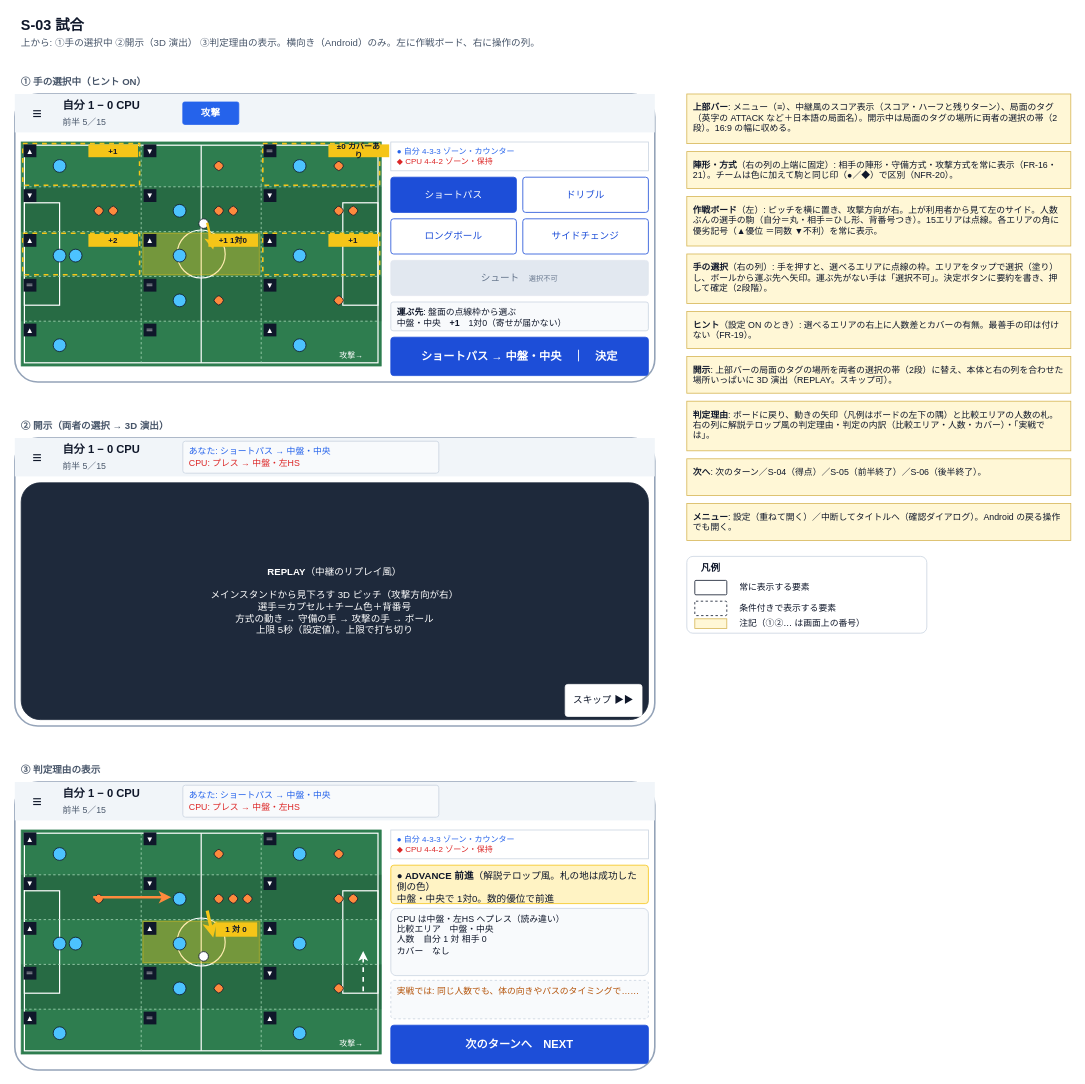
n-yata/soccer-sim keeps this draw.io diagram as page "wireframe-s03-match" (3 of 12) of docs/specs/2_basic-design/wireframes.drawio. Above is the earlier version. Source tidied: cells renumbered, new cells numbered last; positions are measured from the earlier drawing's top-left corner, leaving out a move shared by most shapes. Both pictures are drawn from the tidied source at 80%, with x=0, y=0 at pixel (14, 14).
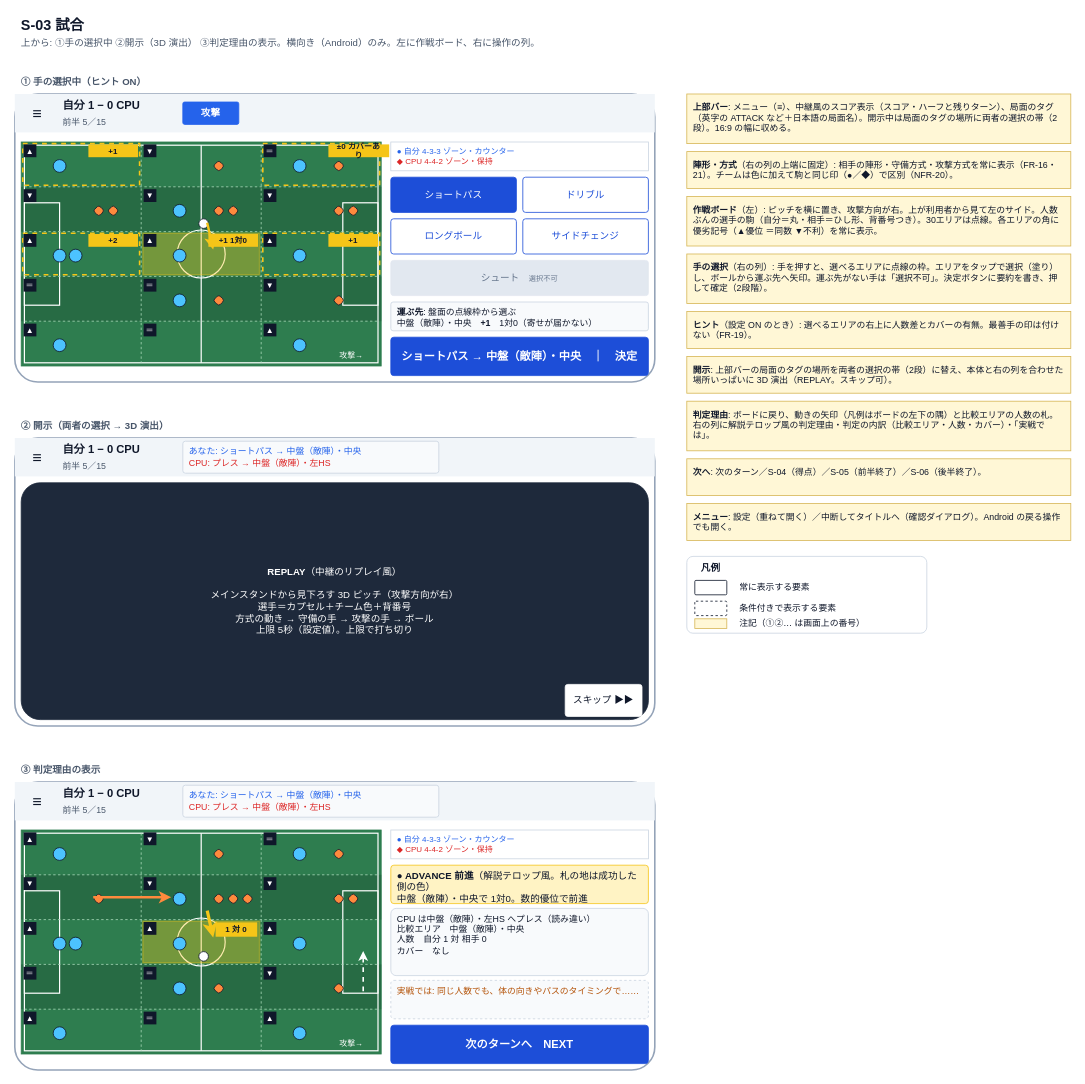
Above is the later version.

Change to the diagram source:
```diff
@@
-    <mxCell id="79" value="&lt;b&gt;運ぶ先&lt;/b&gt;: 盤面の点線枠から選ぶ&lt;br&gt;中盤・中央　&lt;b&gt;+1&lt;/b&gt;　1対0（寄せが届かない）" style="rounded=1;arcSize=8;whiteSpace=wrap;html=1;fillColor=#F8FAFC;strokeColor=#CBD5E1;fontSize=11;fontColor=#0F172A;align=left;verticalAlign=top;spacingLeft=6;spacingRight=6;" parent="1" vertex="1">
+    <mxCell id="79" value="&lt;b&gt;運ぶ先&lt;/b&gt;: 盤面の点線枠から選ぶ&lt;br&gt;中盤（敵陣）・中央　&lt;b&gt;+1&lt;/b&gt;　1対0（寄せが届かない）" style="rounded=1;arcSize=8;whiteSpace=wrap;html=1;fillColor=#F8FAFC;strokeColor=#CBD5E1;fontSize=11;fontColor=#0F172A;align=left;verticalAlign=top;spacingLeft=6;spacingRight=6;" parent="1" vertex="1">
       <mxGeometry x="470" y="360" width="322" height="36" as="geometry" />
     </mxCell>
-    <mxCell id="80" value="ショートパス → 中盤・中央　｜　決定" style="rounded=1;arcSize=8;whiteSpace=wrap;html=1;fillColor=#1D4ED8;strokeColor=#1D4ED8;fontSize=14;fontColor=#FFFFFF;align=center;verticalAlign=middle;spacingLeft=6;spacingRight=6;fontStyle=1;" parent="1" vertex="1">
+    <mxCell id="80" value="ショートパス → 中盤（敵陣）・中央　｜　決定" style="rounded=1;arcSize=8;whiteSpace=wrap;html=1;fillColor=#1D4ED8;strokeColor=#1D4ED8;fontSize=14;fontColor=#FFFFFF;align=center;verticalAlign=middle;spacingLeft=6;spacingRight=6;fontStyle=1;" parent="1" vertex="1">
       <mxGeometry x="470" y="404" width="322" height="48" as="geometry" />
     </mxCell>
@@
-    <mxCell id="87" value="&lt;span style='color:#2563EB'&gt;あなた: ショートパス → 中盤・中央&lt;/span&gt;&lt;br&gt;&lt;span style='color:#DC2626'&gt;CPU: プレス → 中盤・左HS&lt;/span&gt;" style="rounded=1;arcSize=8;whiteSpace=wrap;html=1;fillColor=#F8FAFC;strokeColor=#CBD5E1;fontSize=11;fontColor=#0F172A;align=left;verticalAlign=middle;spacingLeft=6;spacingRight=6;" parent="1" vertex="1">
+    <mxCell id="87" value="&lt;span style='color:#2563EB'&gt;あなた: ショートパス → 中盤（敵陣）・中央&lt;/span&gt;&lt;br&gt;&lt;span style='color:#DC2626'&gt;CPU: プレス → 中盤（敵陣）・左HS&lt;/span&gt;" style="rounded=1;arcSize=8;whiteSpace=wrap;html=1;fillColor=#F8FAFC;strokeColor=#CBD5E1;fontSize=11;fontColor=#0F172A;align=left;verticalAlign=middle;spacingLeft=6;spacingRight=6;" parent="1" vertex="1">
       <mxGeometry x="210" y="534" width="320" height="40" as="geometry" />
     </mxCell>
@@
-    <mxCell id="96" value="&lt;span style='color:#2563EB'&gt;あなた: ショートパス → 中盤・中央&lt;/span&gt;&lt;br&gt;&lt;span style='color:#DC2626'&gt;CPU: プレス → 中盤・左HS&lt;/span&gt;" style="rounded=1;arcSize=8;whiteSpace=wrap;html=1;fillColor=#F8FAFC;strokeColor=#CBD5E1;fontSize=11;fontColor=#0F172A;align=left;verticalAlign=middle;spacingLeft=6;spacingRight=6;" parent="1" vertex="1">
+    <mxCell id="96" value="&lt;span style='color:#2563EB'&gt;あなた: ショートパス → 中盤（敵陣）・中央&lt;/span&gt;&lt;br&gt;&lt;span style='color:#DC2626'&gt;CPU: プレス → 中盤（敵陣）・左HS&lt;/span&gt;" style="rounded=1;arcSize=8;whiteSpace=wrap;html=1;fillColor=#F8FAFC;strokeColor=#CBD5E1;fontSize=11;fontColor=#0F172A;align=left;verticalAlign=middle;spacingLeft=6;spacingRight=6;" parent="1" vertex="1">
       <mxGeometry x="210" y="964" width="320" height="40" as="geometry" />
     </mxCell>
@@
-    <mxCell id="154" value="&lt;b&gt;● ADVANCE 前進&lt;/b&gt;（解説テロップ風。札の地は成功した側の色）&lt;br&gt;中盤・中央で 1対0。数的優位で前進" style="rounded=1;arcSize=8;whiteSpace=wrap;html=1;fillColor=#FFF3C4;strokeColor=#F5C518;fontSize=12;fontColor=#0F172A;align=left;verticalAlign=top;spacingLeft=6;spacingRight=6;" parent="1" vertex="1">
+    <mxCell id="154" value="&lt;b&gt;● ADVANCE 前進&lt;/b&gt;（解説テロップ風。札の地は成功した側の色）&lt;br&gt;中盤（敵陣）・中央で 1対0。数的優位で前進" style="rounded=1;arcSize=8;whiteSpace=wrap;html=1;fillColor=#FFF3C4;strokeColor=#F5C518;fontSize=12;fontColor=#0F172A;align=left;verticalAlign=top;spacingLeft=6;spacingRight=6;" parent="1" vertex="1">
       <mxGeometry x="470" y="1064" width="322" height="48" as="geometry" />
     </mxCell>
-    <mxCell id="155" value="CPU は中盤・左HS へプレス（読み違い）&lt;br&gt;比較エリア　中盤・中央&lt;br&gt;人数　自分 1 対 相手 0&lt;br&gt;カバー　なし" style="rounded=1;arcSize=8;whiteSpace=wrap;html=1;fillColor=#F8FAFC;strokeColor=#CBD5E1;fontSize=11;fontColor=#0F172A;align=left;verticalAlign=top;spacingLeft=6;spacingRight=6;" parent="1" vertex="1">
+    <mxCell id="155" value="CPU は中盤（敵陣）・左HS へプレス（読み違い）&lt;br&gt;比較エリア　中盤（敵陣）・中央&lt;br&gt;人数　自分 1 対 相手 0&lt;br&gt;カバー　なし" style="rounded=1;arcSize=8;whiteSpace=wrap;html=1;fillColor=#F8FAFC;strokeColor=#CBD5E1;fontSize=11;fontColor=#0F172A;align=left;verticalAlign=top;spacingLeft=6;spacingRight=6;" parent="1" vertex="1">
       <mxGeometry x="470" y="1118" width="322" height="84" as="geometry" />
     </mxCell>
@@
-    <mxCell id="160" value="&lt;b&gt;作戦ボード&lt;/b&gt;（左）: ピッチを横に置き、攻撃方向が右。上が利用者から見て左のサイド。人数ぶんの選手の駒（自分＝丸・相手＝ひし形、背番号つき）。15エリアは点線。各エリアの角に優劣記号（▲優位 ＝同数 ▼不利）を常に表示。" style="rounded=0;arcSize=8;whiteSpace=wrap;html=1;fillColor=#FFF7D6;strokeColor=#D6B656;fontSize=11;fontColor=#0F172A;align=left;verticalAlign=top;spacingLeft=6;spacingRight=6;spacingTop=4;" parent="1" vertex="1">
+    <mxCell id="160" value="&lt;b&gt;作戦ボード&lt;/b&gt;（左）: ピッチを横に置き、攻撃方向が右。上が利用者から見て左のサイド。人数ぶんの選手の駒（自分＝丸・相手＝ひし形、背番号つき）。30エリアは点線。各エリアの角に優劣記号（▲優位 ＝同数 ▼不利）を常に表示。" style="rounded=0;arcSize=8;whiteSpace=wrap;html=1;fillColor=#FFF7D6;strokeColor=#D6B656;fontSize=11;fontColor=#0F172A;align=left;verticalAlign=top;spacingLeft=6;spacingRight=6;spacingTop=4;" parent="1" vertex="1">
       <mxGeometry x="840" y="228" width="480" height="62" as="geometry" />
     </mxCell>
```
